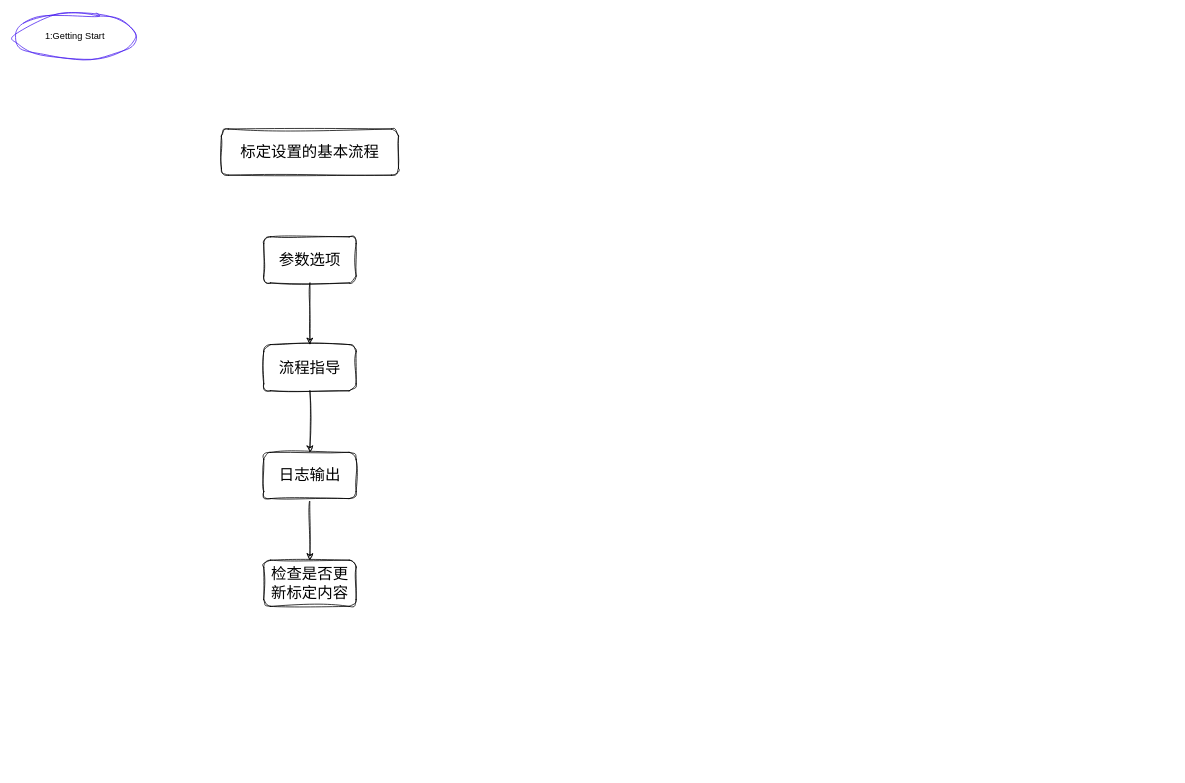
Before: logic.drawio in LoadingTec/1, a draw.io diagram. Source tidied: cells renumbered, new cells numbered last; positions are measured from the earlier drawing's top-left corner, leaving out a move shared by most shapes. Both pictures are drawn from the tidied source at 77%, with x=0, y=0 at pixel (13, 13).
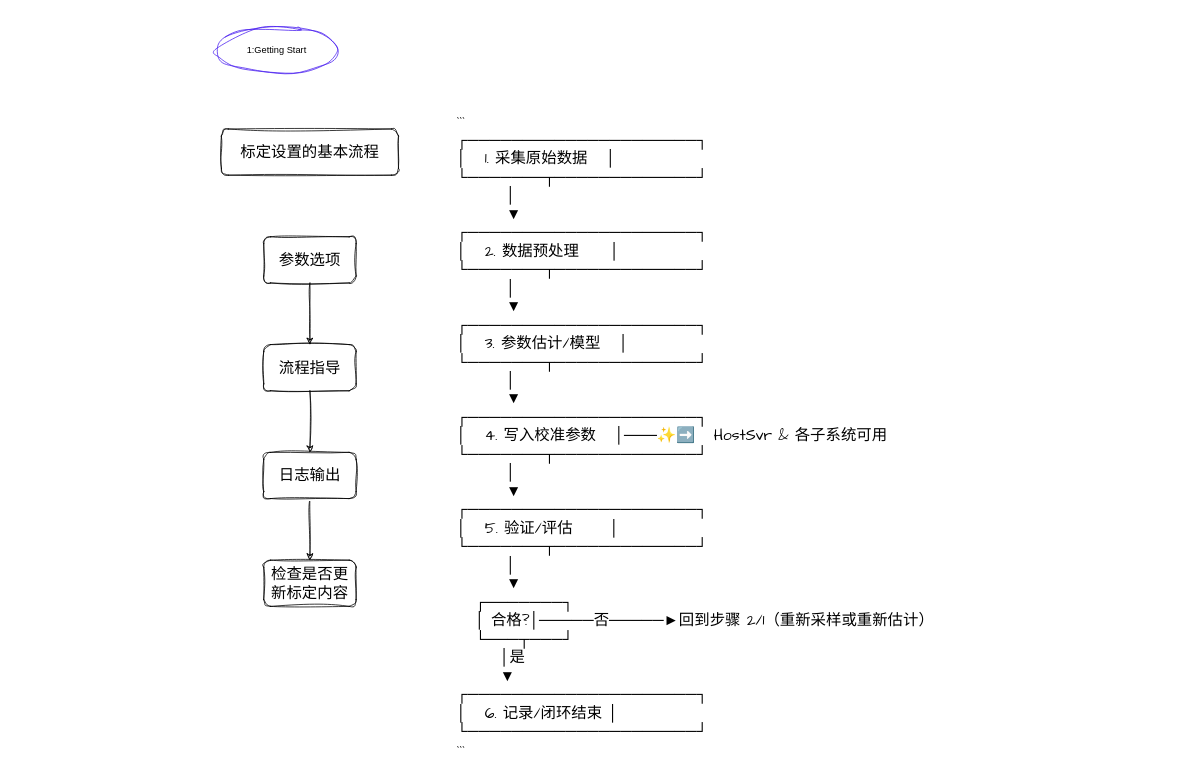
After the change.

What changed in the source:
````diff
@@
 <mxGraphModel>
   <root>
     <mxCell id="0" />
     <mxCell id="1" parent="0" />
     <mxCell id="2" value="1:Getting Start" style="ellipse;whiteSpace=wrap;html=1;strokeColor=#491FF0;sketch=1;curveFitting=1;jiggle=2;" parent="1" vertex="1">
-      <mxGeometry width="160" height="60" as="geometry" />
+      <mxGeometry x="262" y="18" width="160" height="60" as="geometry" />
     </mxCell>
     <mxCell id="3" value="标定设置的基本流程" style="rounded=1;whiteSpace=wrap;html=1;sketch=1;hachureGap=4;jiggle=2;curveFitting=1;fontFamily=Architects Daughter;fontSize=20;" parent="1" vertex="1">
       <mxGeometry x="270" y="150" width="230" height="60" as="geometry" />
     </mxCell>
     <mxCell id="4" style="edgeStyle=none;sketch=1;hachureGap=4;jiggle=2;curveFitting=1;html=1;fontFamily=Architects Daughter;fontSize=16;" parent="1" edge="1" source="5" target="7">
       <mxGeometry relative="1" as="geometry" />
     </mxCell>
     <mxCell id="5" value="参数选项" style="rounded=1;whiteSpace=wrap;html=1;sketch=1;hachureGap=4;jiggle=2;curveFitting=1;fontFamily=Architects Daughter;fontSize=20;" parent="1" vertex="1">
       <mxGeometry x="325" y="290" width="120" height="60" as="geometry" />
     </mxCell>
     <mxCell id="6" style="edgeStyle=none;sketch=1;hachureGap=4;jiggle=2;curveFitting=1;html=1;fontFamily=Architects Daughter;fontSize=16;" parent="1" edge="1" source="7" target="9">
       <mxGeometry relative="1" as="geometry" />
     </mxCell>
     <mxCell id="7" value="流程指导" style="rounded=1;whiteSpace=wrap;html=1;sketch=1;hachureGap=4;jiggle=2;curveFitting=1;fontFamily=Architects Daughter;fontSize=20;" parent="1" vertex="1">
       <mxGeometry x="325" y="430" width="120" height="60" as="geometry" />
     </mxCell>
     <mxCell id="8" style="edgeStyle=none;sketch=1;hachureGap=4;jiggle=2;curveFitting=1;html=1;fontFamily=Architects Daughter;fontSize=16;" parent="1" edge="1" source="9" target="10">
       <mxGeometry relative="1" as="geometry" />
     </mxCell>
     <mxCell id="9" value="日志输出" style="rounded=1;whiteSpace=wrap;html=1;sketch=1;hachureGap=4;jiggle=2;curveFitting=1;fontFamily=Architects Daughter;fontSize=20;" parent="1" vertex="1">
       <mxGeometry x="325" y="570" width="120" height="60" as="geometry" />
     </mxCell>
     <mxCell id="10" value="检查是否更新标定内容" style="rounded=1;whiteSpace=wrap;html=1;sketch=1;hachureGap=4;jiggle=2;curveFitting=1;fontFamily=Architects Daughter;fontSize=20;" parent="1" vertex="1">
       <mxGeometry x="325" y="710" width="120" height="60" as="geometry" />
     </mxCell>
+    <mxCell id="11" value="```&lt;br&gt;┌─────────────────────┐&lt;br&gt;│&amp;nbsp; &amp;nbsp;1. 采集原始数据&amp;nbsp; &amp;nbsp;│&lt;br&gt;└───────┬─────────────┘&lt;br&gt;&amp;nbsp; &amp;nbsp; &amp;nbsp; &amp;nbsp; │&lt;br&gt;&amp;nbsp; &amp;nbsp; &amp;nbsp; &amp;nbsp; ▼&lt;br&gt;┌─────────────────────┐&lt;br&gt;│&amp;nbsp; &amp;nbsp;2. 数据预处理&amp;nbsp; &amp;nbsp; &amp;nbsp;│&lt;br&gt;└───────┬─────────────┘&lt;br&gt;&amp;nbsp; &amp;nbsp; &amp;nbsp; &amp;nbsp; │&lt;br&gt;&amp;nbsp; &amp;nbsp; &amp;nbsp; &amp;nbsp; ▼&lt;br&gt;┌─────────────────────┐&lt;br&gt;│&amp;nbsp; &amp;nbsp;3. 参数估计/模型&amp;nbsp; &amp;nbsp;│&lt;br&gt;└───────┬─────────────┘&lt;br&gt;&amp;nbsp; &amp;nbsp; &amp;nbsp; &amp;nbsp; │&lt;br&gt;&amp;nbsp; &amp;nbsp; &amp;nbsp; &amp;nbsp; ▼&lt;br&gt;┌─────────────────────┐&lt;br&gt;│&amp;nbsp; &amp;nbsp;4. 写入校准参数&amp;nbsp; &amp;nbsp;│───✨➡️&amp;nbsp; &amp;nbsp;HostSvr &amp;amp; 各子系统可用&lt;br&gt;└───────┬─────────────┘&lt;br&gt;&amp;nbsp; &amp;nbsp; &amp;nbsp; &amp;nbsp; │&lt;br&gt;&amp;nbsp; &amp;nbsp; &amp;nbsp; &amp;nbsp; ▼&lt;br&gt;┌─────────────────────┐&lt;br&gt;│&amp;nbsp; &amp;nbsp;5. 验证/评估&amp;nbsp; &amp;nbsp; &amp;nbsp; │&lt;br&gt;└───────┬─────────────┘&lt;br&gt;&amp;nbsp; &amp;nbsp; &amp;nbsp; &amp;nbsp; │&lt;br&gt;&amp;nbsp; &amp;nbsp; &amp;nbsp; &amp;nbsp; ▼&lt;br&gt;&amp;nbsp; &amp;nbsp;┌───────┐&lt;br&gt;&amp;nbsp; &amp;nbsp;│ 合格?│─────否─────►回到步骤 2/1（重新采样或重新估计）&amp;nbsp;&amp;nbsp;&lt;br&gt;&amp;nbsp; &amp;nbsp;└───┬───┘&lt;br&gt;&amp;nbsp; &amp;nbsp; &amp;nbsp; &amp;nbsp;│是&lt;br&gt;&amp;nbsp; &amp;nbsp; &amp;nbsp; &amp;nbsp;▼&lt;br&gt;┌─────────────────────┐&lt;br&gt;│&amp;nbsp; &amp;nbsp;6. 记录/闭环结束 │&lt;br&gt;└─────────────────────┘&lt;br&gt;```" style="text;whiteSpace=wrap;html=1;fontSize=20;fontFamily=Architects Daughter;" parent="1" vertex="1">
+      <mxGeometry x="574" y="122" width="930" height="860" as="geometry" />
+    </mxCell>
   </root>
 </mxGraphModel>
````
